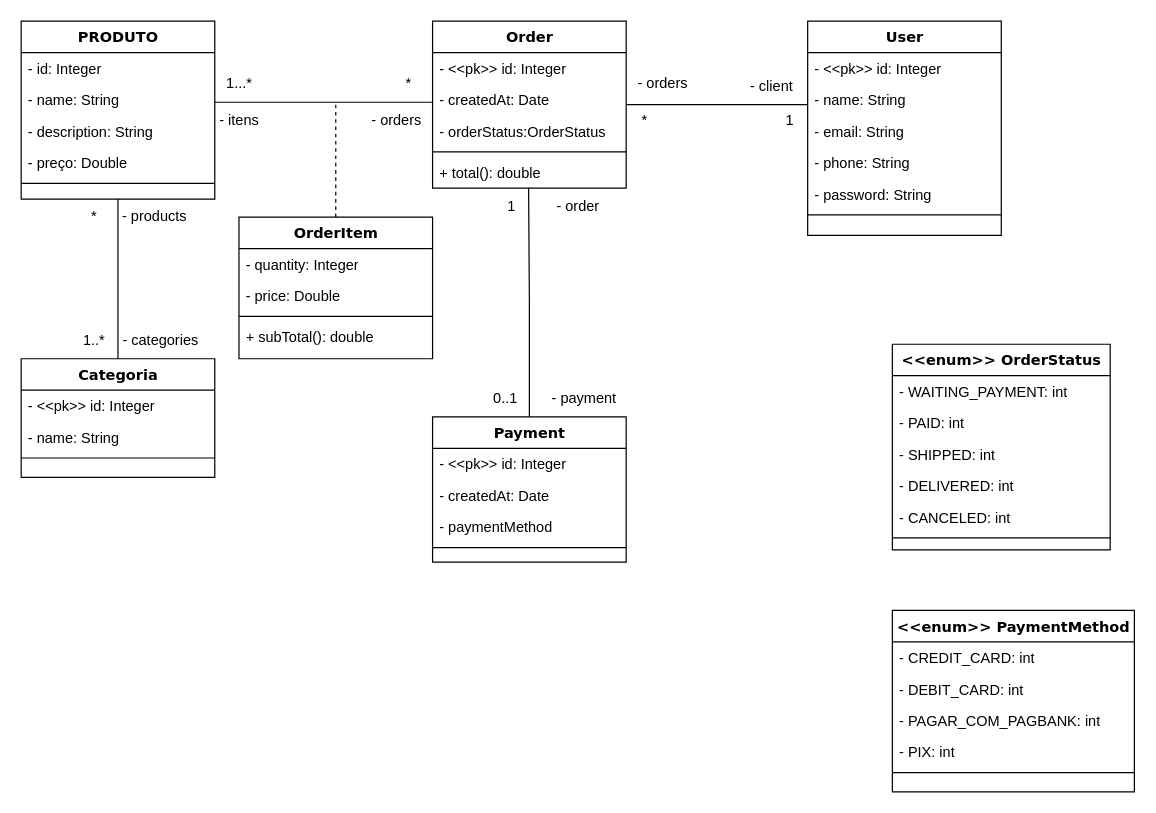
The draw.io diagram Diagrama sem nome.drawio in MikaeleSants/DesenhoDeSolucao, before the edit. Source tidied: cells renumbered, new cells numbered last; positions are measured from the earlier drawing's top-left corner, leaving out a move shared by most shapes. Both pictures are drawn from the tidied source at 121%, with x=0, y=0 at pixel (21, 21).
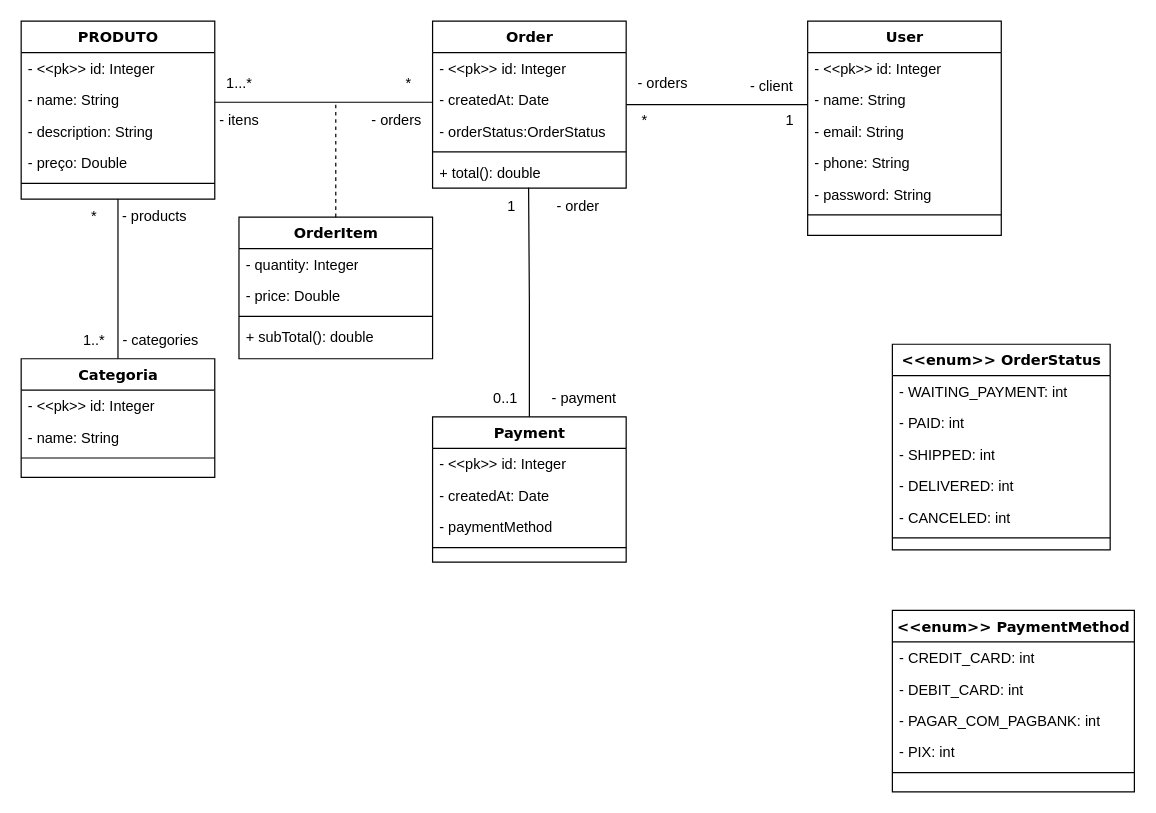
After the change.

The change refers to these unchanged cells:
```xml
<mxCell id="2" value="PRODUTO" style="swimlane;html=1;fontStyle=1;align=center;verticalAlign=top;horizontal=1;startSize=26;swimlaneFillColor=#ffffff;rounded=0;shadow=0;comic=0;labelBackgroundColor=none;strokeWidth=1;fillColor=none;fontFamily=Verdana;fontSize=12;" parent="1" vertex="1">
  <mxGeometry width="160" height="147" as="geometry" />
</mxCell>
```

Diff of the diagram source:
```diff
@@
-    <mxCell id="3" value="- id: Integer" style="text;html=1;strokeColor=none;fillColor=none;align=left;verticalAlign=top;spacingLeft=4;spacingRight=4;whiteSpace=wrap;overflow=hidden;" parent="2" vertex="1">
+    <mxCell id="3" value="- &amp;lt;&amp;lt;pk&amp;gt;&amp;gt; id: Integer" style="text;html=1;strokeColor=none;fillColor=none;align=left;verticalAlign=top;spacingLeft=4;spacingRight=4;whiteSpace=wrap;overflow=hidden;" parent="2" vertex="1">
       <mxGeometry y="26" width="160" height="26" as="geometry" />
     </mxCell>
```
